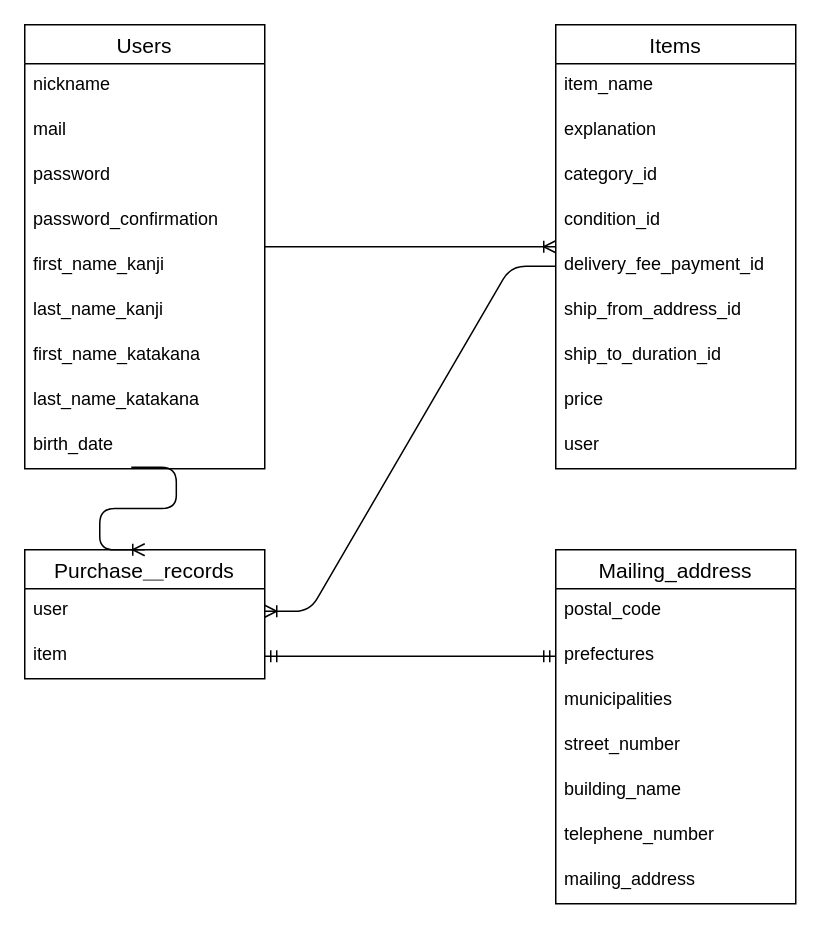
The draw.io diagram er_illustration.dio in Lubellum/furima-36670, before the edit. Source tidied: cells renumbered, new cells numbered last; positions are measured from the earlier drawing's top-left corner, leaving out a move shared by most shapes. Both pictures are drawn from the tidied source at 150%, with x=0, y=0 at pixel (24, 24).
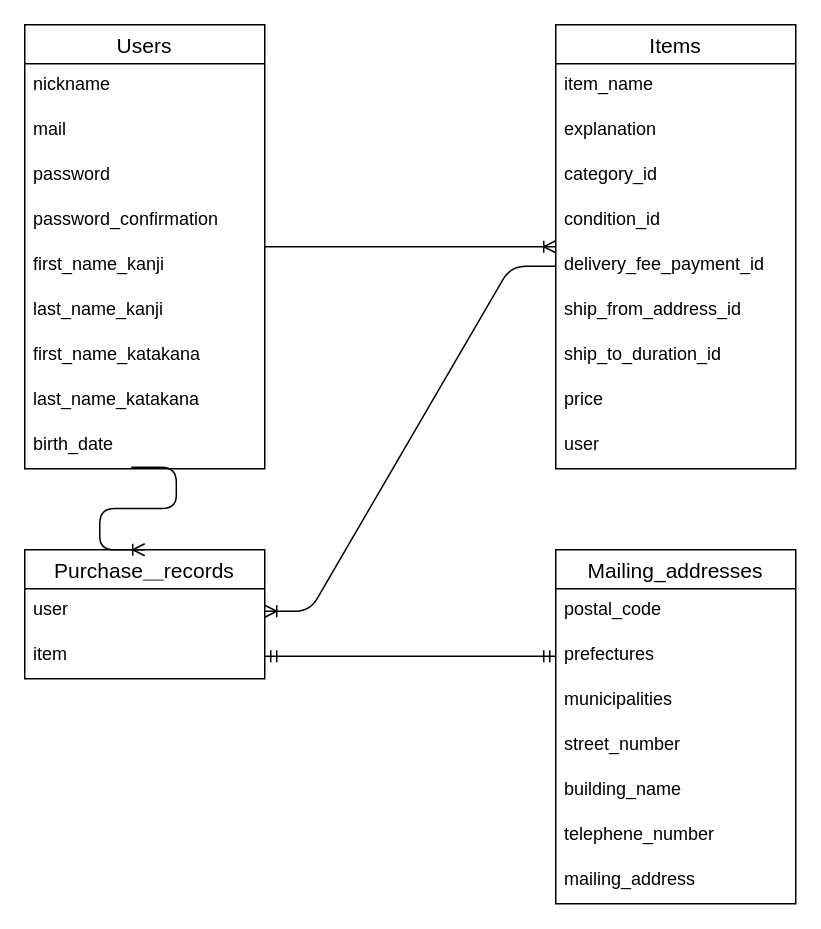
Above is the later version.

Commit message:
er図変更の反映

Diff of the diagram source:
```diff
@@
-    <mxCell id="23" value="Mailing_address" style="swimlane;fontStyle=0;horizontal=1;startSize=26;align=center;fontSize=14;" parent="1" vertex="1">
+    <mxCell id="23" value="Mailing_addresses" style="swimlane;fontStyle=0;horizontal=1;startSize=26;align=center;fontSize=14;" parent="1" vertex="1">
       <mxGeometry x="354" y="350" width="160" height="236" as="geometry" />
     </mxCell>
```
